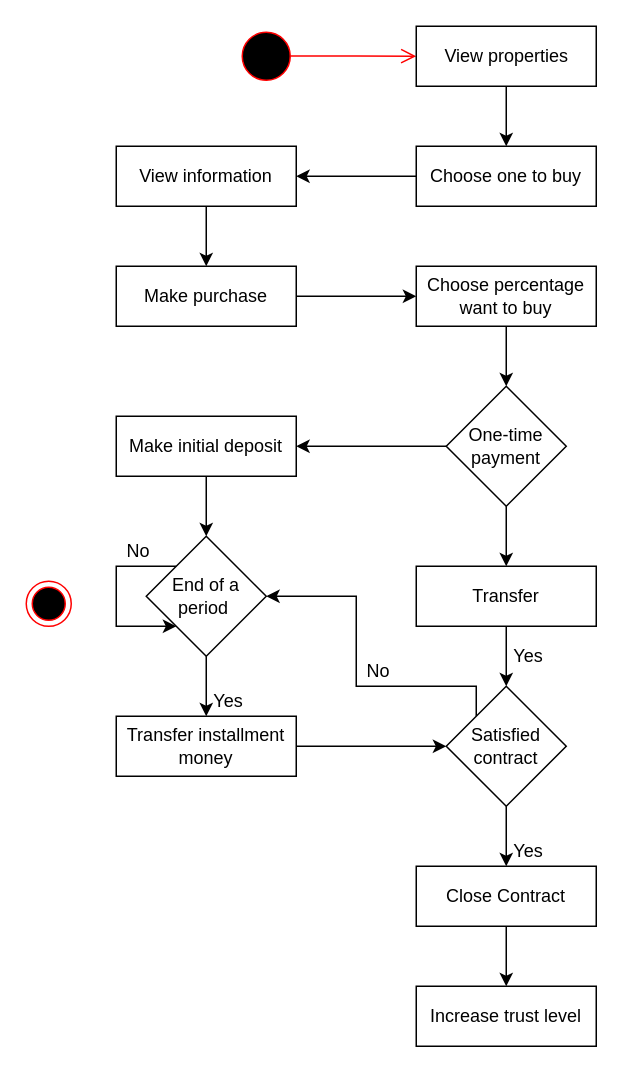
This is diagram/Flowchart.drawio from HuMiTriet/VGU_Project_Berlin, a draw.io file, before an edit. Source tidied: cells renumbered, new cells numbered last; positions are measured from the earlier drawing's top-left corner, leaving out a move shared by most shapes. Both pictures are drawn from the tidied source at 150%, with x=0, y=0 at pixel (26, 26).
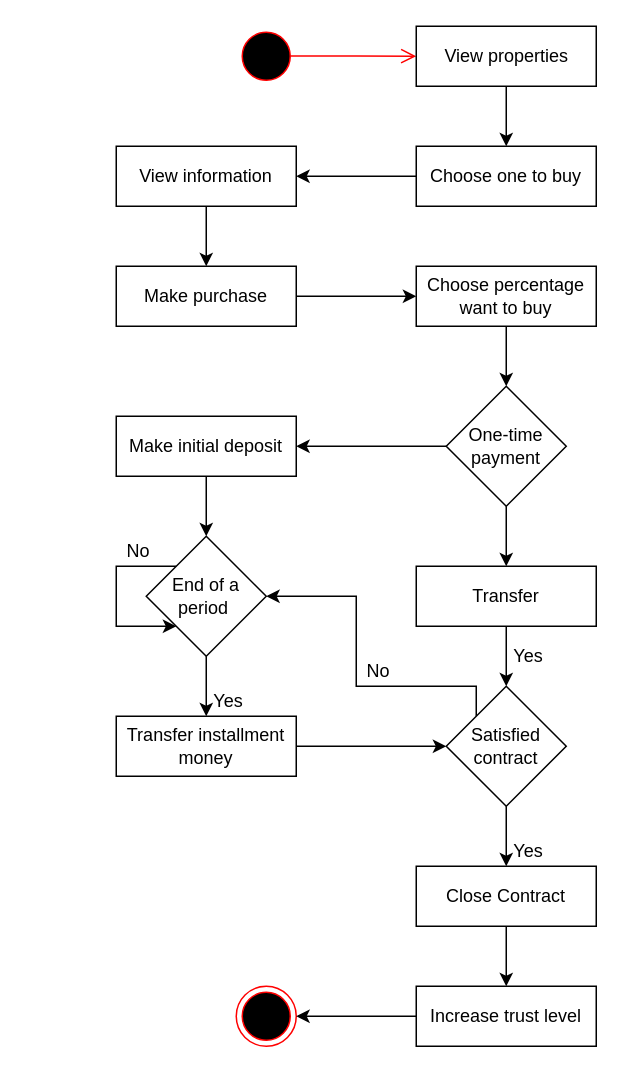
Above is the later version.

Unchanged cells that the change refers to:
```xml
<mxCell id="29" value="Increase trust level" style="whiteSpace=wrap;html=1;" parent="1" vertex="1">
  <mxGeometry x="260" y="640" width="120" height="40" as="geometry" />
</mxCell>
```

Diff of the diagram source:
```diff
@@
     <mxCell id="2" style="ellipse;html=1;shape=endState;fillColor=#000000;strokeColor=#ff0000;" parent="1" vertex="1">
-      <mxGeometry y="370" width="30" height="30" as="geometry" />
+      <mxGeometry x="140" y="640" width="40" height="40" as="geometry" />
     </mxCell>
@@
+    <mxCell id="38" style="edgeStyle=orthogonalEdgeStyle;rounded=0;jettySize=auto;html=1;entryX=1;entryY=0.5;entryDx=0;entryDy=0;" parent="1" edge="1" source="29" target="2">
+      <mxGeometry relative="1" as="geometry" />
+    </mxCell>
```
